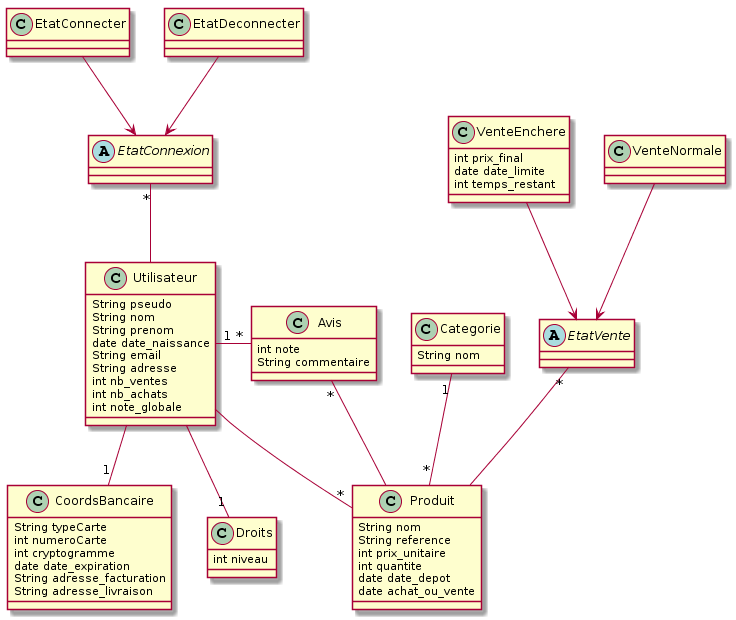
Earlier version of the PlantUML export diagramme_classe.png (DecolleAnais/E-March-). Source of this version:
```plantuml
@startuml
class Utilisateur {
String pseudo
String nom
String prenom
date date_naissance
String email
String adresse
int nb_ventes
int nb_achats
int note_globale
}

abstract class EtatConnexion {

}

class EtatConnecter {

}

class EtatDeconnecter {

}

class CoordsBancaire {
String typeCarte
int numeroCarte
int cryptogramme
date date_expiration
String adresse_facturation
String adresse_livraison
}

class Droits {
int niveau
}

class Categorie {
String nom
}

class Produit {
String nom
String reference
int prix_unitaire
int quantite
date date_depot
date achat_ou_vente
}

abstract class EtatVente {

}

class VenteEnchere {
int prix_final
date date_limite
int temps_restant
}

class VenteNormale {

}

class Avis {
int note
String commentaire
}

Utilisateur  --"*"  Produit
Categorie "1"--"*" Produit
Utilisateur --"1" Droits
Utilisateur --"1" CoordsBancaire
Utilisateur "1"-right-"*" Avis
Produit --"*" Avis
VenteEnchere --> EtatVente
VenteNormale --> EtatVente
EtatVente "*"-- Produit
EtatConnecter --> EtatConnexion
EtatDeconnecter --> EtatConnexion
EtatConnexion "*"-- Utilisateur
@enduml
```
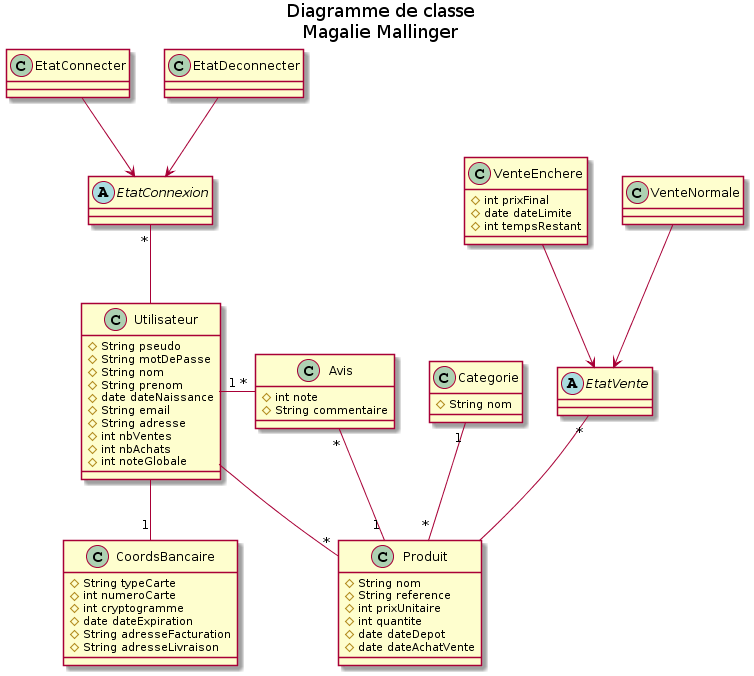
Later version of the same file.

Commit message:
Modifications du diagramme de classe

Diff of the diagram source:
```diff
@@ -1,14 +1,17 @@
 @startuml
+title Diagramme de classe\nMagalie Mallinger
+
 class Utilisateur {
-String pseudo
-String nom
-String prenom
-date date_naissance
-String email
-String adresse
-int nb_ventes
-int nb_achats
-int note_globale
+# String pseudo
+# String motDePasse
+# String nom
+# String prenom
+# date dateNaissance
+# String email
+# String adresse
+# int nbVentes
+# int nbAchats
+# int noteGlobale
 }
 
 abstract class EtatConnexion {
@@ -24,29 +27,25 @@
 }
 
 class CoordsBancaire {
-String typeCarte
-int numeroCarte
-int cryptogramme
-date date_expiration
-String adresse_facturation
-String adresse_livraison
-}
-
-class Droits {
-int niveau
+# String typeCarte
+# int numeroCarte
+# int cryptogramme
+# date dateExpiration
+# String adresseFacturation
+# String adresseLivraison
 }
 
 class Categorie {
-String nom
+# String nom
 }
 
 class Produit {
-String nom
-String reference
-int prix_unitaire
-int quantite
-date date_depot
-date achat_ou_vente
+# String nom
+# String reference
+# int prixUnitaire
+# int quantite
+# date dateDepot
+# date dateAchatVente
 }
 
 abstract class EtatVente {
@@ -54,9 +53,9 @@
 }
 
 class VenteEnchere {
-int prix_final
-date date_limite
-int temps_restant
+# int prixFinal
+# date dateLimite
+# int tempsRestant
 }
 
 class VenteNormale {
@@ -64,16 +63,15 @@
 }
 
 class Avis {
-int note
-String commentaire
+# int note
+# String commentaire
 }
 
 Utilisateur  --"*"  Produit
 Categorie "1"--"*" Produit
-Utilisateur --"1" Droits
 Utilisateur --"1" CoordsBancaire
 Utilisateur "1"-right-"*" Avis
-Produit --"*" Avis
+Produit "1"--"*" Avis
 VenteEnchere --> EtatVente
 VenteNormale --> EtatVente
 EtatVente "*"-- Produit
```
